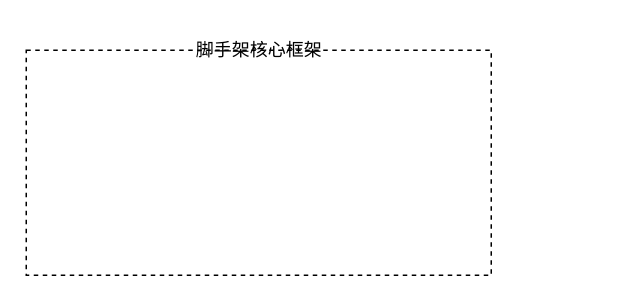
The draw.io diagram CLI/脚手架CLI架构图.drawio in persilee/draw_oss, before the edit. Source tidied: cells renumbered, new cells numbered last; positions are measured from the earlier drawing's top-left corner, leaving out a move shared by most shapes. Both pictures are drawn from the tidied source at 150%, with x=0, y=0 at pixel (26, 27).
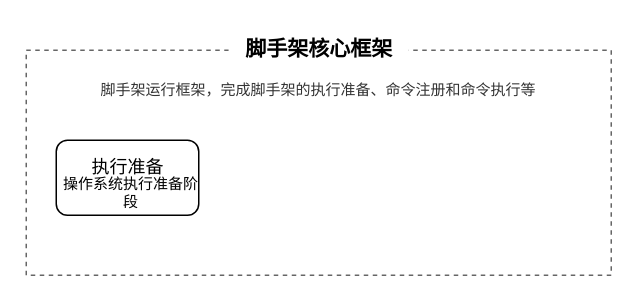
The same diagram, later.

Commit message (it also covers changes not shown here):
更新脚手架CLI架构图.drawio

Diff of the diagram source:
```diff
@@
 <mxGraphModel>
   <root>
     <mxCell id="0" />
     <mxCell id="1" parent="0" />
-    <mxCell id="2" style="rounded=0;whiteSpace=wrap;html=1;dashed=1;" parent="1" vertex="1">
-      <mxGeometry y="15" width="310" height="150" as="geometry" />
+    <mxCell id="2" style="rounded=0;whiteSpace=wrap;html=1;dashed=1;strokeColor=#666666;" parent="1" vertex="1">
+      <mxGeometry y="15" width="390" height="150" as="geometry" />
     </mxCell>
-    <mxCell id="3" value="脚手架核心框架" style="text;html=1;align=center;verticalAlign=middle;" parent="1" vertex="1">
-      <mxGeometry x="100" width="110" height="30" as="geometry" />
+    <mxCell id="3" value="脚手架核心框架" style="text;html=1;align=center;verticalAlign=middle;fillColor=default;labelBackgroundColor=default;spacing=0;fontSize=14;fontStyle=1;" parent="1" vertex="1">
+      <mxGeometry x="135" y="-1" width="120" height="30" as="geometry" />
     </mxCell>
+    <mxCell id="4" value="&lt;font style=&quot;font-size: 10px;&quot;&gt;脚手架运行框架，完成脚手架的执行准备、命令注册和命令执行等&lt;/font&gt;" style="text;html=1;strokeColor=none;fillColor=none;align=center;verticalAlign=middle;whiteSpace=wrap;rounded=0;fontSize=12;fontColor=#333333;" parent="1" vertex="1">
+      <mxGeometry x="10" y="31" width="370" height="20" as="geometry" />
+    </mxCell>
+    <mxCell id="5" style="rounded=1;whiteSpace=wrap;html=1;" parent="1" vertex="1">
+      <mxGeometry x="20" y="75" width="95" height="50" as="geometry" />
+    </mxCell>
+    <mxCell id="6" value="执行准备" style="text;html=1;strokeColor=none;fillColor=none;align=center;verticalAlign=middle;whiteSpace=wrap;rounded=0;" parent="1" vertex="1">
+      <mxGeometry x="37.5" y="78" width="60" height="30" as="geometry" />
+    </mxCell>
+    <mxCell id="7" value="操作系统执行准备阶段" style="text;html=1;strokeColor=none;fillColor=none;align=center;verticalAlign=middle;whiteSpace=wrap;rounded=0;fontSize=10;" parent="1" vertex="1">
+      <mxGeometry x="20" y="95" width="100" height="30" as="geometry" />
+    </mxCell>
   </root>
 </mxGraphModel>
```
